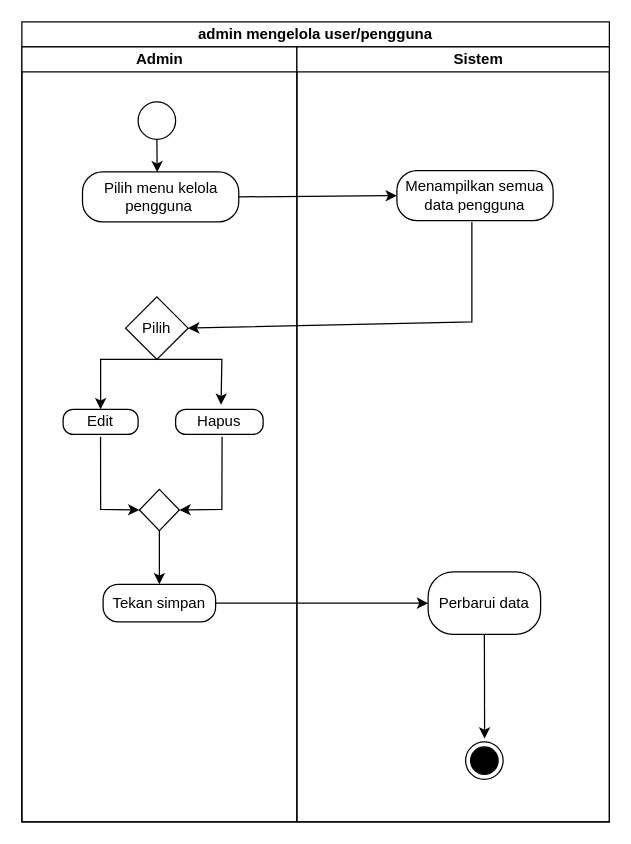
Earlier version of the draw.io diagram page "Page-6" (6 of 16) of USE CASE KOST SAW.drawio (HANNN-YOLO/skripsi). Source tidied: cells renumbered, new cells numbered last; positions are measured from the earlier drawing's top-left corner, leaving out a move shared by most shapes. Both pictures are drawn from the tidied source at 125%, with x=0, y=0 at pixel (21, 21).
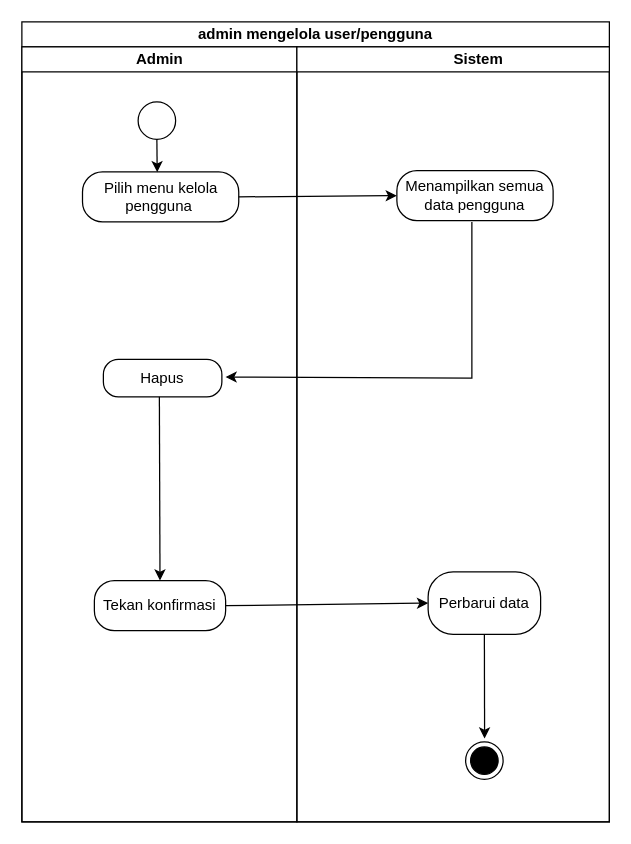
Above is the later version.

The change refers to these unchanged cells:
```xml
<mxCell id="3" value="Admin" style="swimlane;html=1;startSize=20;" parent="2" vertex="1">
  <mxGeometry y="20" width="220" height="620" as="geometry" />
</mxCell>
```

Change to the diagram source:
```diff
@@
-    <mxCell id="7" value="Pilih" style="rhombus;whiteSpace=wrap;html=1;" parent="3" vertex="1">
-      <mxGeometry x="83" y="200" width="50" height="50" as="geometry" />
-    </mxCell>
-    <mxCell id="8" value="Edit" style="rounded=1;whiteSpace=wrap;html=1;arcSize=40;" parent="3" vertex="1">
-      <mxGeometry x="33" y="290" width="60" height="20" as="geometry" />
-    </mxCell>
     <mxCell id="9" value="Hapus" style="rounded=1;whiteSpace=wrap;html=1;arcSize=40;" parent="3" vertex="1">
-      <mxGeometry x="123" y="290" width="70" height="20" as="geometry" />
+      <mxGeometry x="65.2" y="250" width="94.8" height="30" as="geometry" />
     </mxCell>
-    <mxCell id="10" style="endArrow=classic;html=1;rounded=0;exitX=0.5;exitY=1;exitDx=0;exitDy=0;entryX=0.519;entryY=-0.184;entryDx=0;entryDy=0;entryPerimeter=0;" parent="3" edge="1" source="7" target="9">
-      <mxGeometry relative="1" as="geometry">
-        <Array as="points">
-          <mxPoint x="160" y="250" />
-        </Array>
-      </mxGeometry>
-    </mxCell>
-    <mxCell id="11" style="endArrow=classic;html=1;rounded=0;exitX=0.5;exitY=1;exitDx=0;exitDy=0;entryX=0.5;entryY=0;entryDx=0;entryDy=0;" parent="3" edge="1" source="7" target="8">
-      <mxGeometry relative="1" as="geometry">
-        <Array as="points">
-          <mxPoint x="63" y="250" />
-        </Array>
-      </mxGeometry>
-    </mxCell>
-    <mxCell id="12" style="rhombus;whiteSpace=wrap;html=1;" parent="3" vertex="1">
-      <mxGeometry x="94" y="354" width="32" height="33" as="geometry" />
-    </mxCell>
-    <mxCell id="13" style="endArrow=classic;html=1;rounded=0;exitX=0.499;exitY=1.094;exitDx=0;exitDy=0;exitPerimeter=0;entryX=0;entryY=0.5;entryDx=0;entryDy=0;" parent="3" edge="1" source="8" target="12">
-      <mxGeometry relative="1" as="geometry">
-        <Array as="points">
-          <mxPoint x="63" y="370" />
-        </Array>
-      </mxGeometry>
-    </mxCell>
-    <mxCell id="14" style="endArrow=classic;html=1;rounded=0;exitX=0.531;exitY=1.094;exitDx=0;exitDy=0;entryX=1;entryY=0.5;entryDx=0;entryDy=0;exitPerimeter=0;" parent="3" edge="1" source="9" target="12">
-      <mxGeometry relative="1" as="geometry">
-        <Array as="points">
-          <mxPoint x="160" y="370" />
-        </Array>
-      </mxGeometry>
-    </mxCell>
-    <mxCell id="15" value="Tekan simpan" style="rounded=1;whiteSpace=wrap;html=1;arcSize=40;" parent="3" vertex="1">
-      <mxGeometry x="65" y="430" width="90" height="30" as="geometry" />
+    <mxCell id="15" value="Tekan konfirmasi" style="rounded=1;whiteSpace=wrap;html=1;arcSize=40;" parent="3" vertex="1">
+      <mxGeometry x="58" y="427" width="105" height="40" as="geometry" />
     </mxCell>
-    <mxCell id="16" style="endArrow=classic;html=1;rounded=0;exitX=0.5;exitY=1;exitDx=0;exitDy=0;entryX=0.5;entryY=0;entryDx=0;entryDy=0;" parent="3" edge="1" source="12" target="15">
-      <mxGeometry relative="1" as="geometry" />
+    <mxCell id="16" style="endArrow=classic;html=1;rounded=0;entryX=0.5;entryY=0;entryDx=0;entryDy=0;" parent="3" edge="1" target="15">
+      <mxGeometry relative="1" as="geometry">
+        <mxPoint x="110" y="280" as="sourcePoint" />
+      </mxGeometry>
     </mxCell>
@@
-    <mxCell id="24" style="endArrow=classic;html=1;rounded=0;entryX=1;entryY=0.5;entryDx=0;entryDy=0;" parent="1" edge="1" target="7">
+    <mxCell id="24" style="endArrow=classic;html=1;rounded=0;entryX=1.031;entryY=0.471;entryDx=0;entryDy=0;entryPerimeter=0;" parent="1" edge="1" target="9">
       <mxGeometry relative="1" as="geometry">
         <mxPoint x="360" y="160" as="sourcePoint" />
         <Array as="points">
-          <mxPoint x="360" y="240" />
+          <mxPoint x="360" y="285" />
         </Array>
       </mxGeometry>
     </mxCell>
```
